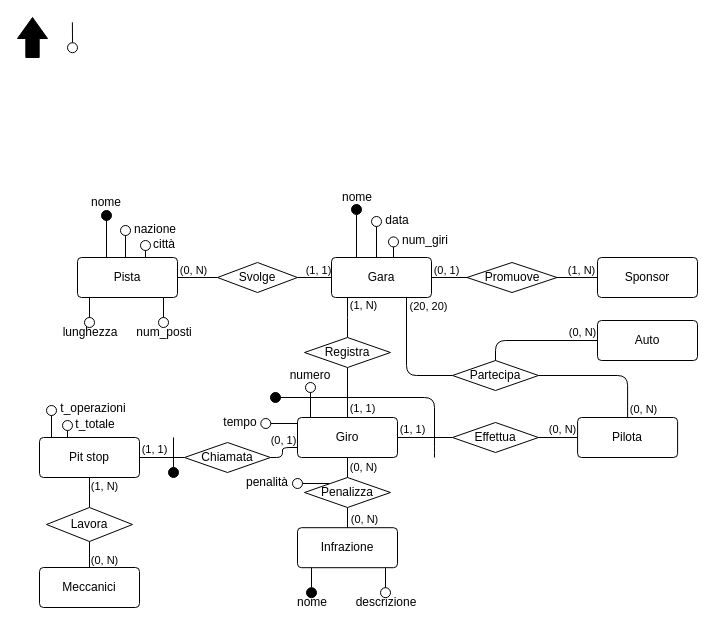
Before: er/gare_gara.drawio in NotXia/car-racing, a draw.io diagram. Source tidied: cells renumbered, new cells numbered last; positions are measured from the earlier drawing's top-left corner, leaving out a move shared by most shapes. Both pictures are drawn from the tidied source at 100%, with x=0, y=0 at pixel (17, 17).
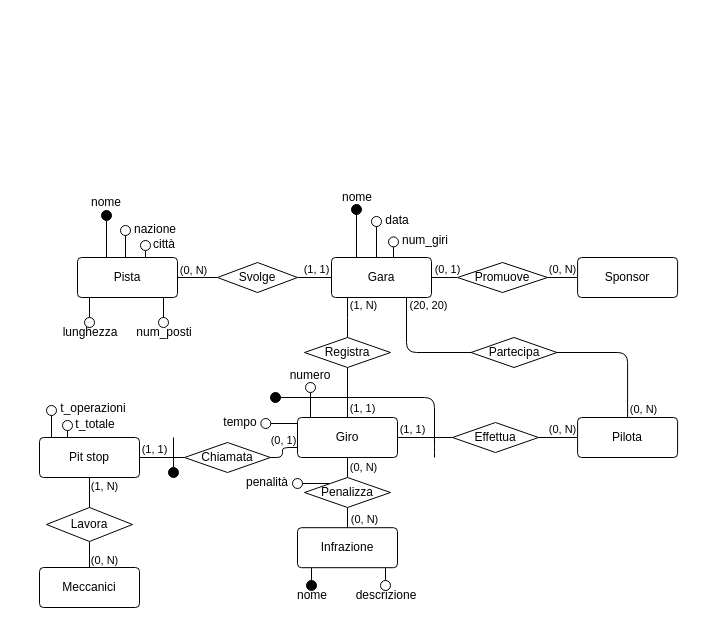
Above is the later version.

The change refers to these unchanged cells:
```xml
<mxCell id="7" value="Giro" style="rounded=1;arcSize=10;whiteSpace=wrap;html=1;align=center;" parent="1" vertex="1">
  <mxGeometry x="280" y="400" width="100" height="40" as="geometry" />
</mxCell>
<mxCell id="17" style="edgeStyle=orthogonalEdgeStyle;rounded=0;jettySize=auto;html=1;exitX=1;exitY=0.5;exitDx=0;exitDy=0;entryX=0;entryY=0.5;entryDx=0;entryDy=0;endArrow=none;endFill=0;" parent="1" edge="1" source="21" target="9">
  <mxGeometry relative="1" as="geometry" />
</mxCell>
<mxCell id="19" style="edgeStyle=orthogonalEdgeStyle;rounded=0;jettySize=auto;html=1;exitX=0;exitY=0.5;exitDx=0;exitDy=0;entryX=1;entryY=0.5;entryDx=0;entryDy=0;endArrow=none;endFill=0;" parent="1" edge="1" source="21" target="5">
  <mxGeometry relative="1" as="geometry" />
</mxCell>
<mxCell id="37" style="edgeStyle=orthogonalEdgeStyle;rounded=0;jettySize=auto;html=1;exitX=1;exitY=0.5;exitDx=0;exitDy=0;entryX=0;entryY=0.5;entryDx=0;entryDy=0;endArrow=none;endFill=0;" parent="1" edge="1" source="41" target="5">
  <mxGeometry relative="1" as="geometry" />
</mxCell>
<mxCell id="87" value="Chiamata" style="shape=rhombus;perimeter=rhombusPerimeter;whiteSpace=wrap;html=1;align=center;" parent="1" vertex="1">
  <mxGeometry x="167" y="425" width="86" height="30" as="geometry" />
</mxCell>
```

Diff of the diagram source:
```diff
@@
-    <mxCell id="2" style="shape=singleArrow;direction=north;whiteSpace=wrap;html=1;fillColor=#000000;arrowWidth=0.44367816091954637;arrowSize=0.5258620689655189;" parent="1" vertex="1">
-      <mxGeometry width="30" height="40" as="geometry" />
-    </mxCell>
-    <mxCell id="3" style="ellipse;whiteSpace=wrap;html=1;fillColor=none;" parent="1" vertex="1">
-      <mxGeometry x="50" y="25.2" width="10" height="10" as="geometry" />
-    </mxCell>
-    <mxCell id="4" style="endArrow=none;html=1;rounded=0;strokeColor=default;exitX=0.5;exitY=0;exitDx=0;exitDy=0;entryX=0.349;entryY=1.015;entryDx=0;entryDy=0;entryPerimeter=0;" parent="1" edge="1" source="3">
-      <mxGeometry relative="1" as="geometry">
-        <mxPoint x="54.9" y="4.8" as="targetPoint" />
-      </mxGeometry>
-    </mxCell>
@@
     <mxCell id="9" value="Sponsor" style="rounded=1;arcSize=10;whiteSpace=wrap;html=1;align=center;" parent="1" vertex="1">
-      <mxGeometry x="580" y="240" width="100" height="40" as="geometry" />
+      <mxGeometry x="560.1" y="240" width="100" height="40" as="geometry" />
     </mxCell>
@@
-    <mxCell id="18" value="(1, N)" style="edgeLabel;html=1;align=center;verticalAlign=middle;" parent="17" vertex="1">
+    <mxCell id="18" value="(0, N)" style="edgeLabel;html=1;align=center;verticalAlign=middle;" parent="17" vertex="1">
       <mxGeometry x="0.18" relative="1" as="geometry">
-        <mxPoint y="-8" as="offset" />
+        <mxPoint x="-4" y="-9" as="offset" />
       </mxGeometry>
     </mxCell>
@@
     <mxCell id="20" value="(0, 1)" style="edgeLabel;html=1;align=center;verticalAlign=middle;" parent="19" vertex="1">
       <mxGeometry x="0.71" y="-1" relative="1" as="geometry">
-        <mxPoint x="9" y="-7" as="offset" />
+        <mxPoint x="11" y="-8" as="offset" />
       </mxGeometry>
     </mxCell>
     <mxCell id="21" value="Promuove" style="shape=rhombus;perimeter=rhombusPerimeter;whiteSpace=wrap;html=1;align=center;" parent="1" vertex="1">
-      <mxGeometry x="449.5" y="245" width="90" height="30" as="geometry" />
+      <mxGeometry x="440" y="245" width="90" height="30" as="geometry" />
     </mxCell>
@@
     <mxCell id="38" value="(1, 1)" style="edgeLabel;html=1;align=center;verticalAlign=middle;" parent="37" vertex="1">
       <mxGeometry x="0.28" y="2" relative="1" as="geometry">
-        <mxPoint x="-2" y="-6" as="offset" />
+        <mxPoint x="-4" y="-7" as="offset" />
       </mxGeometry>
     </mxCell>
@@
     <mxCell id="66" value="Partecipa" style="shape=rhombus;perimeter=rhombusPerimeter;whiteSpace=wrap;html=1;align=center;" parent="1" vertex="1">
-      <mxGeometry x="435" y="343" width="86" height="30" as="geometry" />
+      <mxGeometry x="453.5" y="320" width="86" height="30" as="geometry" />
     </mxCell>
@@
     <mxCell id="77" style="ellipse;whiteSpace=wrap;html=1;fillColor=#000000;" parent="1" vertex="1">
-      <mxGeometry x="289" y="570.2" width="10" height="10" as="geometry" />
+      <mxGeometry x="289" y="563" width="10" height="10" as="geometry" />
     </mxCell>
@@
     <mxCell id="79" value="nome" style="text;html=1;strokeColor=none;fillColor=none;align=center;verticalAlign=middle;whiteSpace=wrap;rounded=0;" parent="1" vertex="1">
-      <mxGeometry x="265" y="580.2" width="60" height="10" as="geometry" />
+      <mxGeometry x="265" y="573" width="60" height="10" as="geometry" />
     </mxCell>
     <mxCell id="80" style="ellipse;whiteSpace=wrap;html=1;fillColor=none;" parent="1" vertex="1">
-      <mxGeometry x="363" y="570.2" width="10" height="10" as="geometry" />
+      <mxGeometry x="363" y="563" width="10" height="10" as="geometry" />
     </mxCell>
@@
     <mxCell id="82" value="descrizione" style="text;html=1;strokeColor=none;fillColor=none;align=center;verticalAlign=middle;whiteSpace=wrap;rounded=0;" parent="1" vertex="1">
-      <mxGeometry x="339" y="580.2" width="60" height="10" as="geometry" />
+      <mxGeometry x="339" y="573" width="60" height="10" as="geometry" />
     </mxCell>
@@
-    <mxCell id="85" style="edgeStyle=orthogonalEdgeStyle;rounded=1;jettySize=auto;html=1;exitX=1;exitY=0.5;exitDx=0;exitDy=0;entryX=0;entryY=0.75;entryDx=0;entryDy=0;endArrow=none;endFill=0;" parent="1" edge="1" source="87" target="7">
+    <mxCell id="85" style="edgeStyle=orthogonalEdgeStyle;rounded=1;jettySize=auto;html=1;exitX=1;exitY=0.5;exitDx=0;exitDy=0;endArrow=none;endFill=0;" parent="1" edge="1" source="87">
       <mxGeometry relative="1" as="geometry">
+        <mxPoint x="280" y="430" as="targetPoint" />
         <Array as="points">
           <mxPoint x="265" y="440" />
           <mxPoint x="265" y="430" />
         </Array>
       </mxGeometry>
     </mxCell>
@@
-    <mxCell id="102" style="edgeStyle=orthogonalEdgeStyle;rounded=1;jettySize=auto;html=1;exitX=0;exitY=0.5;exitDx=0;exitDy=0;entryX=0.5;entryY=0;entryDx=0;entryDy=0;endArrow=none;endFill=0;" parent="1" edge="1" source="104" target="66">
-      <mxGeometry relative="1" as="geometry" />
-    </mxCell>
-    <mxCell id="103" value="(0, N)" style="edgeLabel;html=1;align=center;verticalAlign=middle;" parent="102" vertex="1">
-      <mxGeometry x="-0.73" y="-2" relative="1" as="geometry">
-        <mxPoint y="-7" as="offset" />
-      </mxGeometry>
-    </mxCell>
-    <mxCell id="104" value="Auto" style="rounded=1;arcSize=10;whiteSpace=wrap;html=1;align=center;" parent="1" vertex="1">
-      <mxGeometry x="580" y="303" width="100" height="40" as="geometry" />
-    </mxCell>
```
